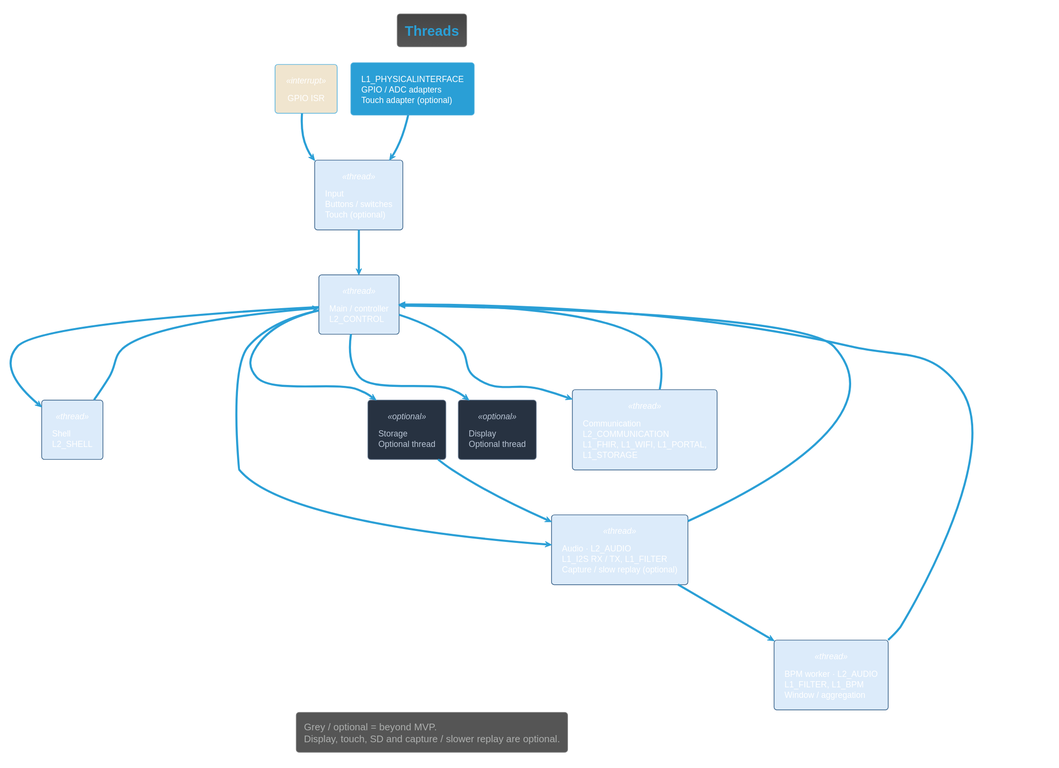
Before: Development/system/architecture/system/rendered/runtime_ownership.svg, a diagram exported from PlantUML (DemonicPsychoII/DigitalStethoscope).
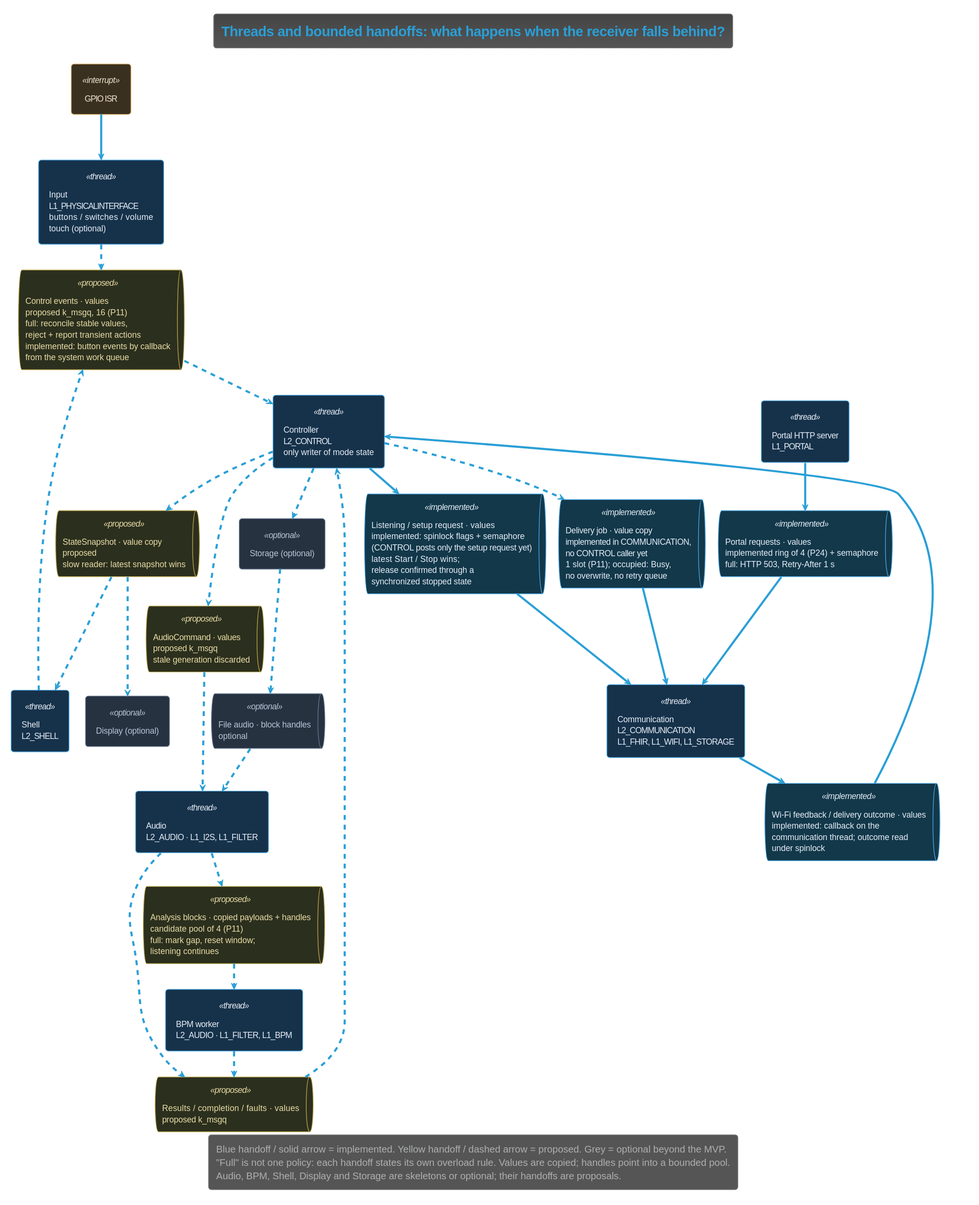
The same diagram one commit later.

Diff of the diagram source:
```diff
@@ -6,47 +6,78 @@
  BackgroundColor<<optional>> #273241
  BorderColor<<optional>> #61738a
  FontColor<<optional>> #b8c4d4
+ BackgroundColor<<thread>> #16324a
+ BorderColor<<thread>> #4aa3df
+ FontColor<<thread>> #e6edf7
+ BackgroundColor<<interrupt>> #3a3020
+ BorderColor<<interrupt>> #c9a35a
+ FontColor<<interrupt>> #f0e5cf
 }
-skinparam artifact {
+skinparam queue {
+ BackgroundColor<<implemented>> #12384a
+ BorderColor<<implemented>> #4aa3df
+ FontColor<<implemented>> #e6edf7
+ BackgroundColor<<proposed>> #2b2f1d
+ BorderColor<<proposed>> #b8a14a
+ FontColor<<proposed>> #e8dca8
  BackgroundColor<<optional>> #273241
  BorderColor<<optional>> #61738a
  FontColor<<optional>> #b8c4d4
 }
 skinparam componentStyle rectangle
 skinparam defaultFontName SansSerif
-title Threads
+title Threads and bounded handoffs: what happens when the receiver falls behind?
 top to bottom direction
-skinparam component {
- BackgroundColor<<thread>> #DCEBFA
- BorderColor<<thread>> #345E87
- BackgroundColor<<interrupt>> #F0E5CF
-}
 component "GPIO ISR" as irq <<interrupt>>
-component "L1_PHYSICALINTERFACE\nGPIO / ADC adapters\nTouch adapter (optional)" as adapters
-component "Input\nButtons / switches\nTouch (optional)" as inp <<thread>>
+component "Input\nL1_PHYSICALINTERFACE\nbuttons / switches / volume\ntouch (optional)" as inp <<thread>>
 component "Shell\nL2_SHELL" as shell <<thread>>
-component "Main / controller\nL2_CONTROL" as ctl <<thread>>
-component "Audio · L2_AUDIO\nL1_I2S RX / TX, L1_FILTER\nCapture / slow replay (optional)" as audio <<thread>>
-component "BPM worker · L2_AUDIO\nL1_FILTER, L1_BPM\nWindow / aggregation" as bpm <<thread>>
-component "Storage\nOptional thread" as storage <<optional>>
-component "Display\nOptional thread" as display <<optional>>
-component "Communication\nL2_COMMUNICATION\nL1_FHIR, L1_WIFI, L1_PORTAL,\nL1_STORAGE" as net <<thread>>
-irq --> inp : wake-up · semaphore
-adapters --> inp : input samples · driver reads
-inp --> ctl : control events · k_msgq
-shell --> ctl : control events · k_msgq
-ctl --> shell : state · snapshot copy
-ctl --> audio : settings / commands · k_msgq
-audio --> bpm : original-rate sample blocks\nbefore filter / gain · handles / k_msgq
-bpm --> ctl : BPM result · k_msgq
-audio --> ctl : completion / fault · k_msgq
-ctl --> storage : file request · k_msgq
-storage --> audio : file audio · block handles / k_msgq
-ctl --> display : UI state · snapshot copy
-ctl --> net : Wi-Fi requested state · spinlock + semaphore\nLater: BPM result + network lease · k_msgq
-net --> ctl : confirmed Wi-Fi release · synchronized flag\nLater: send outcome · k_msgq
+component "Controller\nL2_CONTROL\nonly writer of mode state" as ctl <<thread>>
+component "Audio\nL2_AUDIO · L1_I2S, L1_FILTER" as audio <<thread>>
+component "BPM worker\nL2_AUDIO · L1_FILTER, L1_BPM" as bpm <<thread>>
+component "Communication\nL2_COMMUNICATION\nL1_FHIR, L1_WIFI, L1_STORAGE" as net <<thread>>
+component "Portal HTTP server\nL1_PORTAL" as portal <<thread>>
+component "Display (optional)" as display <<optional>>
+component "Storage (optional)" as storage <<optional>>
+
+queue "Control events · values\nproposed k_msgq, 16 (P11)\nfull: reconcile stable values,\nreject + report transient actions\nimplemented: button events by callback\nfrom the system work queue" as controlEvents <<proposed>>
+queue "AudioCommand · values\nproposed k_msgq\nstale generation discarded" as audioCommands <<proposed>>
+queue "Analysis blocks · copied payloads + handles\ncandidate pool of 4 (P11)\nfull: mark gap, reset window;\nlistening continues" as analysisBlocks <<proposed>>
+queue "Results / completion / faults · values\nproposed k_msgq" as workerEvents <<proposed>>
+queue "StateSnapshot · value copy\nproposed\nslow reader: latest snapshot wins" as snapshots <<proposed>>
+queue "Listening / setup request · values\nimplemented: spinlock flags + semaphore\n(CONTROL posts only the setup request yet)\nlatest Start / Stop wins;\nrelease confirmed through a\nsynchronized stopped state" as listeningRequest <<implemented>>
+queue "Delivery job · value copy\nimplemented in COMMUNICATION,\nno CONTROL caller yet\n1 slot (P11); occupied: Busy,\nno overwrite, no retry queue" as deliveryJob <<implemented>>
+queue "Wi-Fi feedback / delivery outcome · values\nimplemented: callback on the\ncommunication thread; outcome read\nunder spinlock" as networkFeedback <<implemented>>
+queue "Portal requests · values\nimplemented ring of 4 (P24) + semaphore\nfull: HTTP 503, Retry-After 1 s" as portalRequests <<implemented>>
+queue "File audio · block handles\noptional" as fileBlocks <<optional>>
+
+irq --> inp : wake-up
+inp ..> controlEvents
+shell ..> controlEvents
+controlEvents ..> ctl
+ctl ..> audioCommands
+audioCommands ..> audio
+audio ..> analysisBlocks
+analysisBlocks ..> bpm
+bpm ..> workerEvents
+audio ..> workerEvents
+workerEvents ..> ctl
+ctl ..> snapshots
+snapshots ..> shell
+snapshots ..> display
+ctl --> listeningRequest
+listeningRequest --> net
+ctl ..> deliveryJob
+deliveryJob --> net
+net --> networkFeedback
+networkFeedback --> ctl
+portal --> portalRequests
+portalRequests --> net
+ctl ..> storage
+storage ..> fileBlocks
+fileBlocks ..> audio
 legend bottom
-  Grey / optional = beyond MVP.
-  Display, touch, SD and capture / slower replay are optional.
+ Blue handoff / solid arrow = implemented. Yellow handoff / dashed arrow = proposed. Grey = optional beyond the MVP.
+ "Full" is not one policy: each handoff states its own overload rule. Values are copied; handles point into a bounded pool.
+ Audio, BPM, Shell, Display and Storage are skeletons or optional; their handoffs are proposals.
 endlegend
 @enduml
```
